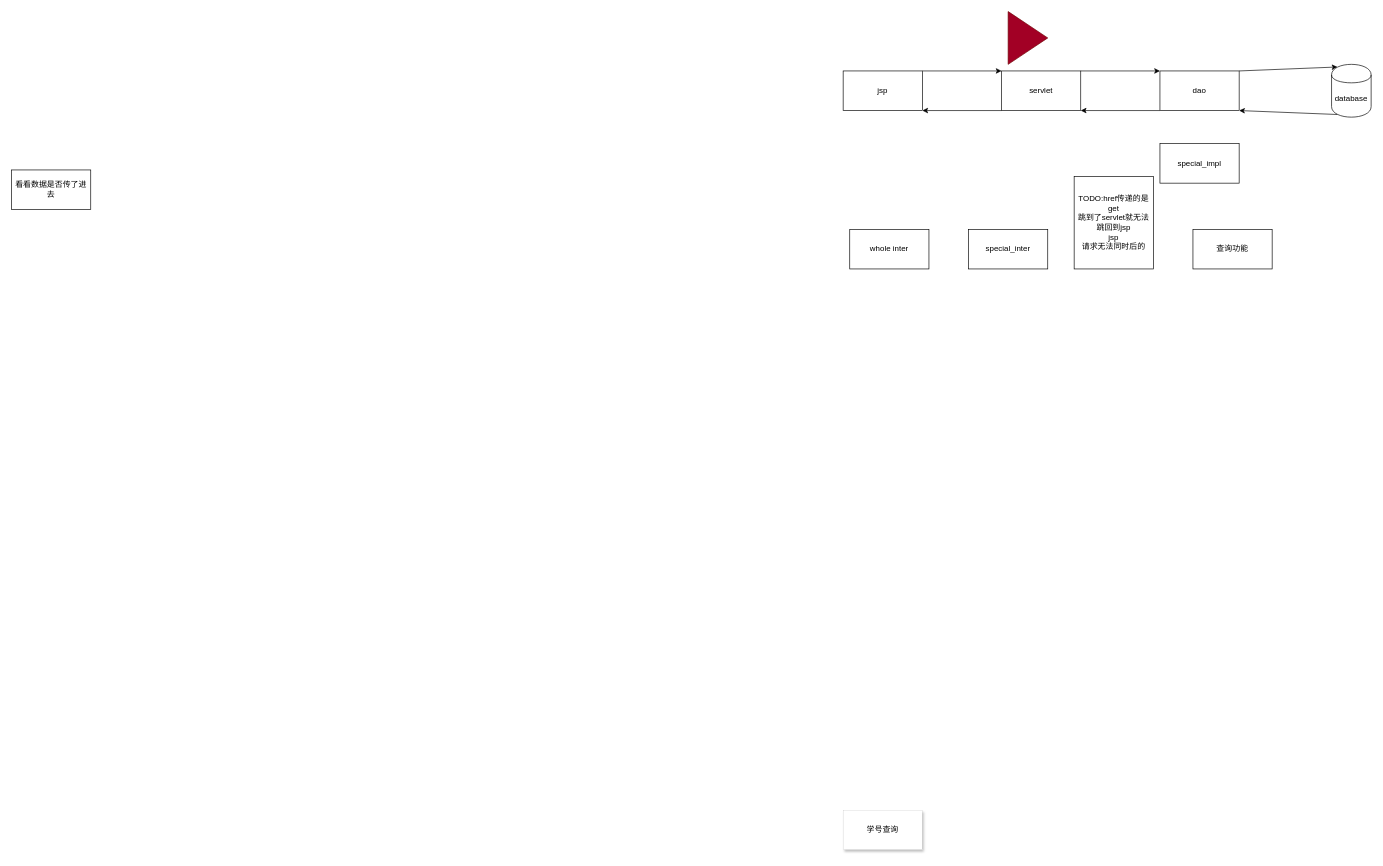
The draw.io diagram dormsys/note/search.drawio in Canwaiting/note, before the edit. Source tidied: cells renumbered, new cells numbered last; positions are measured from the earlier drawing's top-left corner, leaving out a move shared by most shapes. Both pictures are drawn from the tidied source at 66%, with x=0, y=0 at pixel (11, 11).
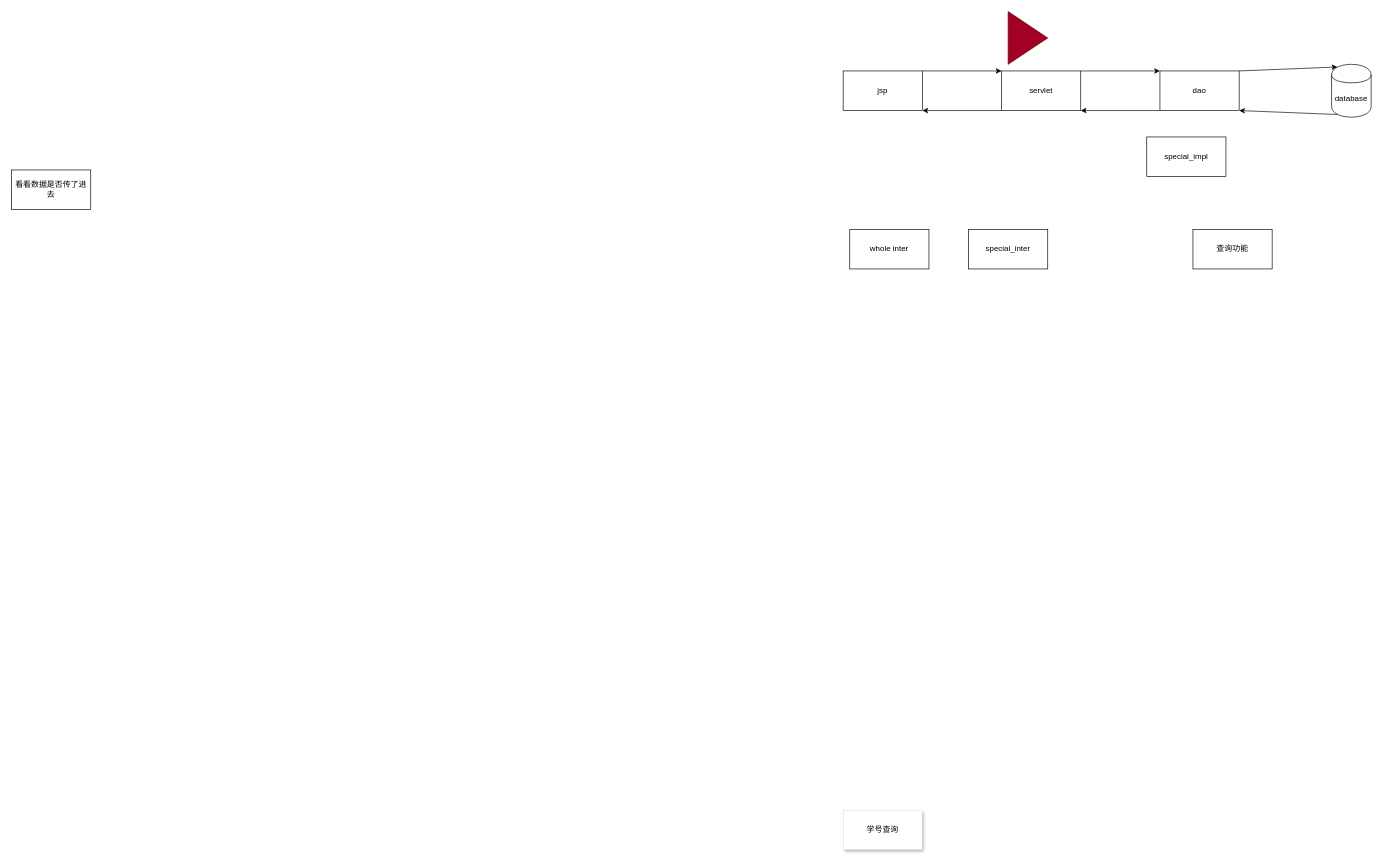
Above is the later version.

The edit, as a diff of the source:
```diff
@@
 <mxGraphModel background="#FFFFFF">
   <root>
     <mxCell id="0" />
     <mxCell id="1" parent="0" />
     <mxCell id="2" value="学号查询" style="whiteSpace=wrap;html=1;shadow=1;strokeWidth=0;" parent="1" vertex="1">
       <mxGeometry x="1260" y="1210" width="120" height="60" as="geometry" />
     </mxCell>
     <mxCell id="3" style="edgeStyle=none;html=1;exitX=1;exitY=0;exitDx=0;exitDy=0;entryX=0;entryY=0;entryDx=0;entryDy=0;strokeColor=#000000;" parent="1" edge="1" source="4" target="7">
       <mxGeometry relative="1" as="geometry" />
     </mxCell>
     <mxCell id="4" value="jsp" style="whiteSpace=wrap;html=1;" parent="1" vertex="1">
       <mxGeometry x="1260" y="90" width="120" height="60" as="geometry" />
     </mxCell>
     <mxCell id="5" style="edgeStyle=none;html=1;exitX=0;exitY=1;exitDx=0;exitDy=0;entryX=1;entryY=1;entryDx=0;entryDy=0;strokeColor=#000000;" parent="1" edge="1" source="7" target="4">
       <mxGeometry relative="1" as="geometry" />
     </mxCell>
     <mxCell id="6" style="edgeStyle=none;html=1;exitX=1;exitY=0;exitDx=0;exitDy=0;entryX=0;entryY=0;entryDx=0;entryDy=0;strokeColor=#000000;" parent="1" edge="1" source="7" target="10">
       <mxGeometry relative="1" as="geometry" />
     </mxCell>
     <mxCell id="7" value="servlet" style="whiteSpace=wrap;html=1;" parent="1" vertex="1">
       <mxGeometry x="1500" y="90" width="120" height="60" as="geometry" />
     </mxCell>
     <mxCell id="8" style="edgeStyle=none;html=1;exitX=0;exitY=1;exitDx=0;exitDy=0;entryX=1;entryY=1;entryDx=0;entryDy=0;strokeColor=#000000;" parent="1" edge="1" source="10" target="7">
       <mxGeometry relative="1" as="geometry" />
     </mxCell>
     <mxCell id="9" style="edgeStyle=none;html=1;exitX=1;exitY=0;exitDx=0;exitDy=0;entryX=0.15;entryY=0.05;entryDx=0;entryDy=0;entryPerimeter=0;strokeColor=#000000;" parent="1" edge="1" source="10" target="12">
       <mxGeometry relative="1" as="geometry" />
     </mxCell>
     <mxCell id="10" value="dao" style="whiteSpace=wrap;html=1;" parent="1" vertex="1">
       <mxGeometry x="1740" y="90" width="120" height="60" as="geometry" />
     </mxCell>
     <mxCell id="11" style="edgeStyle=none;html=1;exitX=0.15;exitY=0.95;exitDx=0;exitDy=0;exitPerimeter=0;entryX=1;entryY=1;entryDx=0;entryDy=0;strokeColor=#000000;" parent="1" edge="1" source="12" target="10">
       <mxGeometry relative="1" as="geometry" />
     </mxCell>
     <mxCell id="12" value="database" style="shape=cylinder;whiteSpace=wrap;html=1;boundedLbl=1;backgroundOutline=1;" parent="1" vertex="1">
       <mxGeometry x="2000" y="80" width="60" height="80" as="geometry" />
     </mxCell>
     <mxCell id="13" style="triangle;whiteSpace=wrap;html=1;fillColor=#a20025;strokeColor=#6F0000;fontColor=#ffffff;" parent="1" vertex="1">
       <mxGeometry x="1510" width="60" height="80" as="geometry" />
     </mxCell>
     <mxCell id="14" value="看看数据是否传了进去" style="whiteSpace=wrap;html=1;" parent="1" vertex="1">
       <mxGeometry y="240" width="120" height="60" as="geometry" />
     </mxCell>
     <mxCell id="15" value="special_inter" style="whiteSpace=wrap;html=1;" parent="1" vertex="1">
       <mxGeometry x="1450" y="330" width="120" height="60" as="geometry" />
     </mxCell>
     <mxCell id="16" value="special_impl" style="whiteSpace=wrap;html=1;" parent="1" vertex="1">
-      <mxGeometry x="1740" y="200" width="120" height="60" as="geometry" />
+      <mxGeometry x="1720" y="190" width="120" height="60" as="geometry" />
     </mxCell>
     <mxCell id="17" value="whole inter" style="whiteSpace=wrap;html=1;" parent="1" vertex="1">
       <mxGeometry x="1270" y="330" width="120" height="60" as="geometry" />
     </mxCell>
-    <mxCell id="18" value="TODO:href传递的是get&lt;br&gt;跳到了servlet就无法跳回到jsp&lt;br&gt;jsp&lt;br&gt;请求无法同时后的" style="whiteSpace=wrap;html=1;" parent="1" vertex="1">
-      <mxGeometry x="1610" y="250" width="120" height="140" as="geometry" />
-    </mxCell>
     <mxCell id="19" value="查询功能" style="whiteSpace=wrap;html=1;" parent="1" vertex="1">
       <mxGeometry x="1790" y="330" width="120" height="60" as="geometry" />
     </mxCell>
   </root>
 </mxGraphModel>
```
